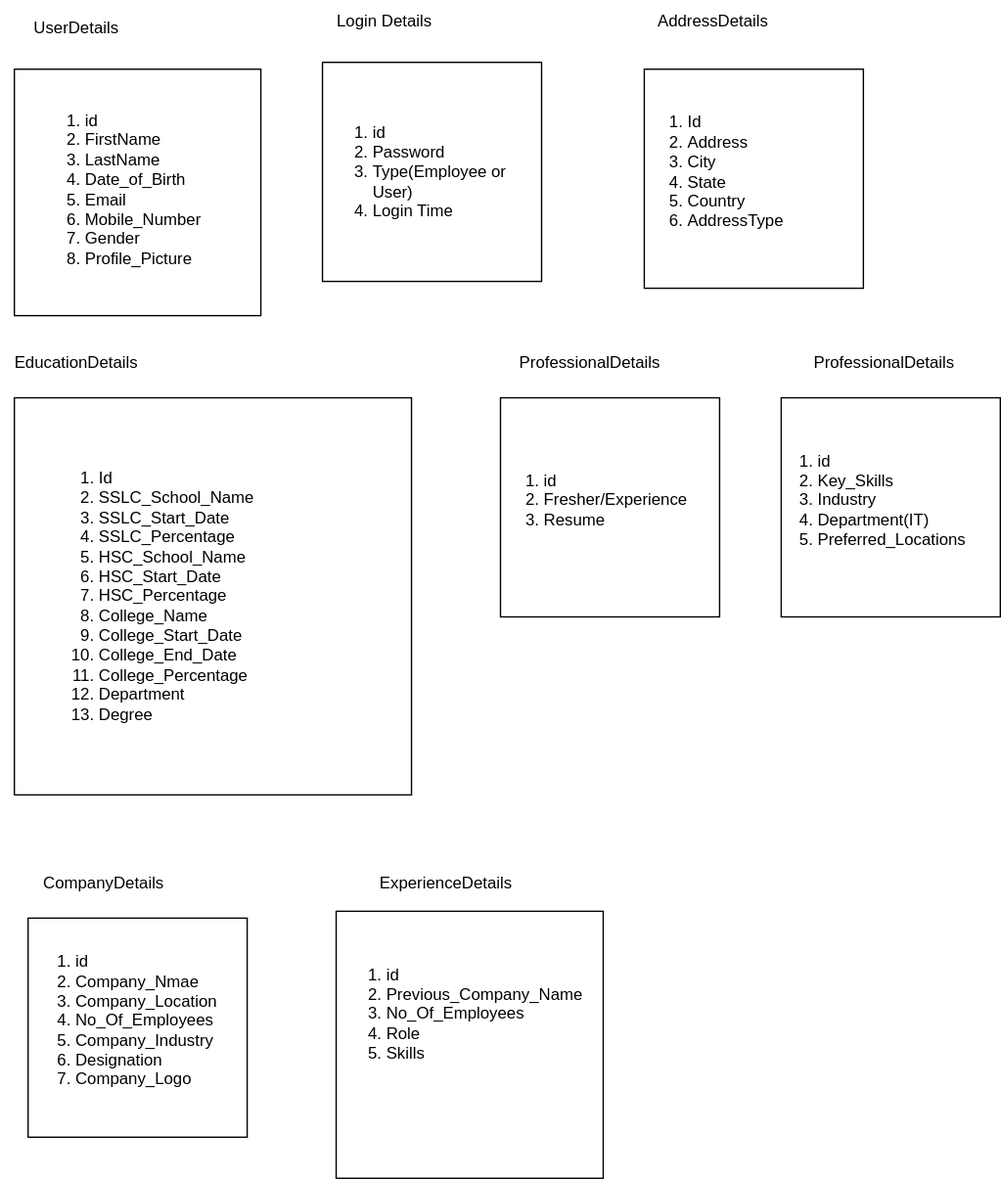
This is fieldmaping.drawio.svg from JobPortal006/backend, a draw.io export, as it was before one commit. Source tidied: cells renumbered, new cells last; positions are measured from the earlier drawing's top-left corner, leaving out a move shared by most shapes.
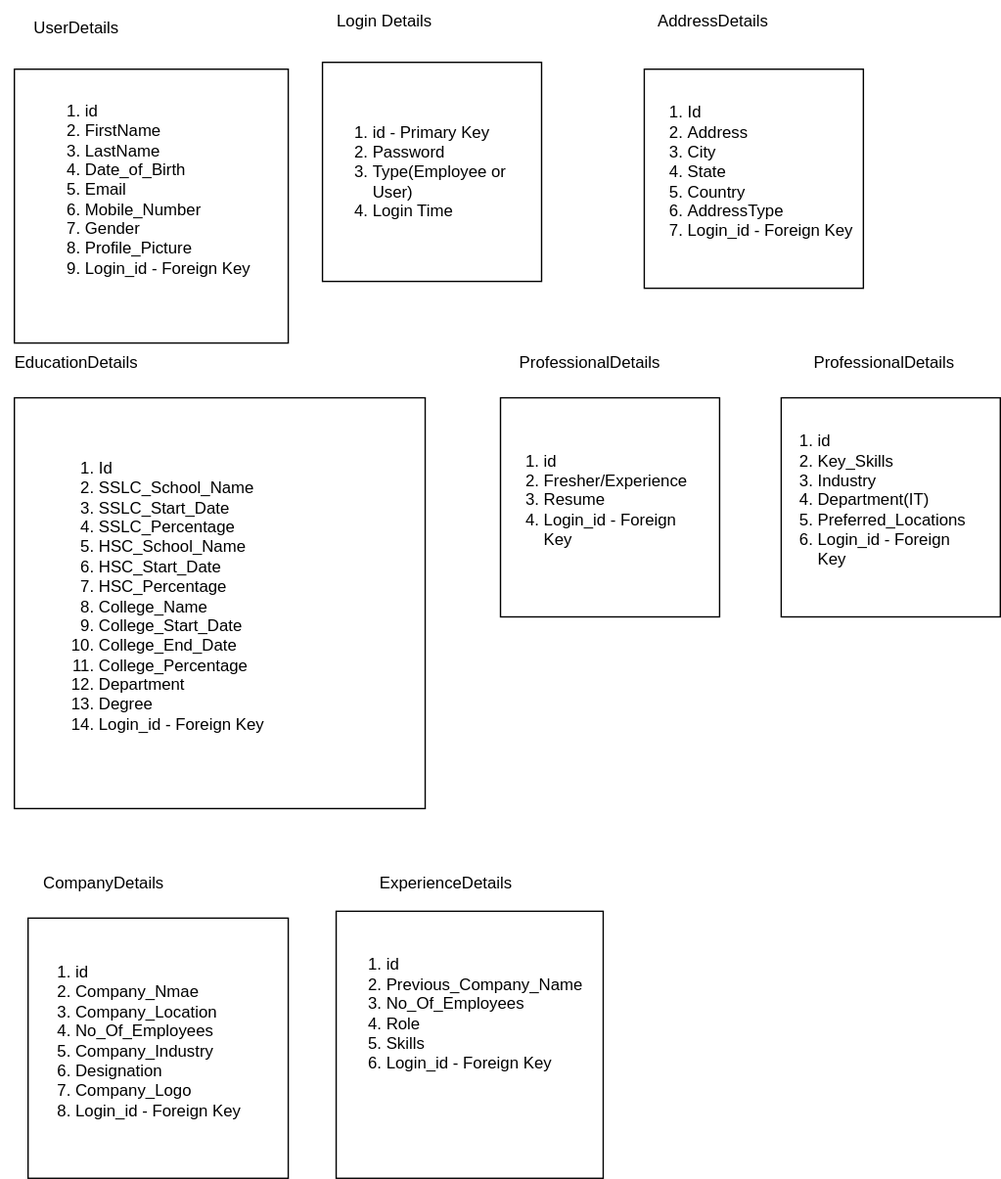
The same diagram one commit later.

Diff of the diagram source:
```diff
@@ -3,10 +3,10 @@
     <mxCell id="0" />
     <mxCell id="1" parent="0" />
     <mxCell id="2" style="whiteSpace=wrap;html=1;" parent="1" vertex="1">
-      <mxGeometry x="10" y="50" width="180" height="180" as="geometry" />
+      <mxGeometry x="10" y="50" width="200" height="200" as="geometry" />
     </mxCell>
-    <mxCell id="3" value="&lt;ol&gt;&lt;li&gt;id&lt;/li&gt;&lt;li&gt;FirstName&lt;/li&gt;&lt;li&gt;LastName&lt;/li&gt;&lt;li&gt;Date_of_Birth&lt;/li&gt;&lt;li&gt;Email&lt;/li&gt;&lt;li&gt;Mobile_Number&lt;/li&gt;&lt;li&gt;Gender&lt;/li&gt;&lt;li&gt;Profile_Picture&lt;/li&gt;&lt;/ol&gt;" style="text;strokeColor=none;fillColor=none;html=1;whiteSpace=wrap;verticalAlign=middle;overflow=hidden;" parent="1" vertex="1">
-      <mxGeometry x="20" y="40" width="140" height="195" as="geometry" />
+    <mxCell id="3" value="&lt;ol&gt;&lt;li&gt;id&lt;/li&gt;&lt;li&gt;FirstName&lt;/li&gt;&lt;li&gt;LastName&lt;/li&gt;&lt;li&gt;Date_of_Birth&lt;/li&gt;&lt;li&gt;Email&lt;/li&gt;&lt;li&gt;Mobile_Number&lt;/li&gt;&lt;li&gt;Gender&lt;/li&gt;&lt;li&gt;Profile_Picture&lt;/li&gt;&lt;li&gt;Login_id - Foreign Key&lt;/li&gt;&lt;/ol&gt;" style="text;strokeColor=none;fillColor=none;html=1;whiteSpace=wrap;verticalAlign=middle;overflow=hidden;" parent="1" vertex="1">
+      <mxGeometry x="20" y="40" width="170" height="195" as="geometry" />
     </mxCell>
     <mxCell id="4" value="UserDetails" style="text;html=1;align=center;verticalAlign=middle;strokeColor=none;fillColor=none;" parent="1" vertex="1">
       <mxGeometry x="10" y="5" width="90" height="30" as="geometry" />
@@ -14,14 +14,14 @@
     <mxCell id="5" style="whiteSpace=wrap;html=1;" parent="1" vertex="1">
       <mxGeometry x="235" y="45" width="160" height="160" as="geometry" />
     </mxCell>
-    <mxCell id="6" value="&lt;ol&gt;&lt;li&gt;id&lt;/li&gt;&lt;li&gt;Password&lt;/li&gt;&lt;li&gt;Type(Employee or User)&lt;/li&gt;&lt;li&gt;Login Time&lt;/li&gt;&lt;/ol&gt;" style="text;strokeColor=none;fillColor=none;html=1;whiteSpace=wrap;verticalAlign=middle;overflow=hidden;" parent="1" vertex="1">
+    <mxCell id="6" value="&lt;ol&gt;&lt;li&gt;id - Primary Key&lt;/li&gt;&lt;li&gt;Password&lt;/li&gt;&lt;li&gt;Type(Employee or User)&lt;/li&gt;&lt;li&gt;Login Time&lt;/li&gt;&lt;/ol&gt;" style="text;strokeColor=none;fillColor=none;html=1;whiteSpace=wrap;verticalAlign=middle;overflow=hidden;" parent="1" vertex="1">
       <mxGeometry x="230" y="40" width="140" height="170" as="geometry" />
     </mxCell>
     <mxCell id="7" style="whiteSpace=wrap;html=1;" parent="1" vertex="1">
       <mxGeometry x="470" y="50" width="160" height="160" as="geometry" />
     </mxCell>
-    <mxCell id="8" value="&lt;ol&gt;&lt;li&gt;Id&lt;/li&gt;&lt;li&gt;Address&lt;/li&gt;&lt;li&gt;City&lt;/li&gt;&lt;li&gt;State&lt;/li&gt;&lt;li&gt;Country&lt;/li&gt;&lt;li&gt;AddressType&lt;/li&gt;&lt;/ol&gt;" style="text;strokeColor=none;fillColor=none;html=1;whiteSpace=wrap;verticalAlign=middle;overflow=hidden;" parent="1" vertex="1">
-      <mxGeometry x="460" y="40" width="140" height="170" as="geometry" />
+    <mxCell id="8" value="&lt;ol&gt;&lt;li&gt;Id&lt;/li&gt;&lt;li&gt;Address&lt;/li&gt;&lt;li&gt;City&lt;/li&gt;&lt;li&gt;State&lt;/li&gt;&lt;li&gt;Country&lt;/li&gt;&lt;li&gt;AddressType&lt;/li&gt;&lt;li&gt;Login_id - Foreign Key&lt;/li&gt;&lt;/ol&gt;" style="text;strokeColor=none;fillColor=none;html=1;whiteSpace=wrap;verticalAlign=middle;overflow=hidden;" parent="1" vertex="1">
+      <mxGeometry x="460" y="40" width="170" height="170" as="geometry" />
     </mxCell>
     <mxCell id="9" value="Login Details" style="text;html=1;align=center;verticalAlign=middle;strokeColor=none;fillColor=none;" parent="1" vertex="1">
       <mxGeometry x="235" width="90" height="30" as="geometry" />
@@ -33,10 +33,10 @@
       <mxGeometry y="250" width="110" height="30" as="geometry" />
     </mxCell>
     <mxCell id="12" style="whiteSpace=wrap;html=1;" parent="1" vertex="1">
-      <mxGeometry x="10" y="290" width="290" height="290" as="geometry" />
+      <mxGeometry x="10" y="290" width="300" height="300" as="geometry" />
     </mxCell>
-    <mxCell id="13" value="&lt;ol&gt;&lt;li&gt;Id&lt;/li&gt;&lt;li&gt;SSLC_School_Name&lt;/li&gt;&lt;li&gt;SSLC_Start_Date&lt;/li&gt;&lt;li&gt;SSLC_Percentage&lt;/li&gt;&lt;li&gt;HSC_School_Name&lt;/li&gt;&lt;li&gt;HSC_Start_Date&lt;/li&gt;&lt;li&gt;HSC_Percentage&lt;/li&gt;&lt;li&gt;College_Name&lt;/li&gt;&lt;li&gt;College_Start_Date&lt;/li&gt;&lt;li&gt;College_End_Date&lt;/li&gt;&lt;li&gt;College_Percentage&lt;/li&gt;&lt;li&gt;Department&lt;/li&gt;&lt;li&gt;Degree&lt;/li&gt;&lt;/ol&gt;" style="text;strokeColor=none;fillColor=none;html=1;whiteSpace=wrap;verticalAlign=middle;overflow=hidden;" parent="1" vertex="1">
-      <mxGeometry x="30" y="287.5" width="200" height="295" as="geometry" />
+    <mxCell id="13" value="&lt;ol&gt;&lt;li&gt;Id&lt;/li&gt;&lt;li&gt;SSLC_School_Name&lt;/li&gt;&lt;li&gt;SSLC_Start_Date&lt;/li&gt;&lt;li&gt;SSLC_Percentage&lt;/li&gt;&lt;li&gt;HSC_School_Name&lt;/li&gt;&lt;li&gt;HSC_Start_Date&lt;/li&gt;&lt;li&gt;HSC_Percentage&lt;/li&gt;&lt;li&gt;College_Name&lt;/li&gt;&lt;li&gt;College_Start_Date&lt;/li&gt;&lt;li&gt;College_End_Date&lt;/li&gt;&lt;li&gt;College_Percentage&lt;/li&gt;&lt;li&gt;Department&lt;/li&gt;&lt;li&gt;Degree&lt;/li&gt;&lt;li&gt;Login_id - Foreign Key&lt;/li&gt;&lt;/ol&gt;" style="text;strokeColor=none;fillColor=none;html=1;whiteSpace=wrap;verticalAlign=middle;overflow=hidden;" parent="1" vertex="1">
+      <mxGeometry x="30" y="280" width="200" height="310" as="geometry" />
     </mxCell>
     <mxCell id="14" value="ProfessionalDetails" style="text;html=1;align=center;verticalAlign=middle;strokeColor=none;fillColor=none;" parent="1" vertex="1">
       <mxGeometry x="365" y="250" width="130" height="30" as="geometry" />
@@ -44,7 +44,7 @@
     <mxCell id="15" style="whiteSpace=wrap;html=1;" parent="1" vertex="1">
       <mxGeometry x="365" y="290" width="160" height="160" as="geometry" />
     </mxCell>
-    <mxCell id="16" value="&lt;ol&gt;&lt;li&gt;id&lt;/li&gt;&lt;li&gt;Fresher/Experience&lt;/li&gt;&lt;li&gt;Resume&lt;/li&gt;&lt;/ol&gt;" style="text;strokeColor=none;fillColor=none;html=1;whiteSpace=wrap;verticalAlign=middle;overflow=hidden;" parent="1" vertex="1">
+    <mxCell id="16" value="&lt;ol&gt;&lt;li&gt;id&lt;/li&gt;&lt;li&gt;Fresher/Experience&lt;/li&gt;&lt;li&gt;Resume&lt;/li&gt;&lt;li&gt;Login_id - Foreign Key&lt;/li&gt;&lt;/ol&gt;" style="text;strokeColor=none;fillColor=none;html=1;whiteSpace=wrap;verticalAlign=middle;overflow=hidden;" parent="1" vertex="1">
       <mxGeometry x="355" y="280" width="155" height="170" as="geometry" />
     </mxCell>
     <mxCell id="17" value="ProfessionalDetails" style="text;html=1;align=center;verticalAlign=middle;strokeColor=none;fillColor=none;" parent="1" vertex="1">
@@ -53,17 +53,17 @@
     <mxCell id="18" style="whiteSpace=wrap;html=1;" parent="1" vertex="1">
       <mxGeometry x="570" y="290" width="160" height="160" as="geometry" />
     </mxCell>
-    <mxCell id="19" value="&lt;ol&gt;&lt;li&gt;id&lt;/li&gt;&lt;li&gt;Key_Skills&lt;/li&gt;&lt;li&gt;Industry&lt;/li&gt;&lt;li&gt;Department(IT)&lt;/li&gt;&lt;li&gt;Preferred_Locations&lt;/li&gt;&lt;/ol&gt;" style="text;strokeColor=none;fillColor=none;html=1;whiteSpace=wrap;verticalAlign=middle;overflow=hidden;" parent="1" vertex="1">
+    <mxCell id="19" value="&lt;ol&gt;&lt;li&gt;id&lt;/li&gt;&lt;li&gt;Key_Skills&lt;/li&gt;&lt;li&gt;Industry&lt;/li&gt;&lt;li&gt;Department(IT)&lt;/li&gt;&lt;li&gt;Preferred_Locations&lt;/li&gt;&lt;li&gt;Login_id - Foreign Key&lt;/li&gt;&lt;/ol&gt;" style="text;strokeColor=none;fillColor=none;html=1;whiteSpace=wrap;verticalAlign=middle;overflow=hidden;" parent="1" vertex="1">
       <mxGeometry x="555" y="280" width="155" height="170" as="geometry" />
     </mxCell>
     <mxCell id="20" value="CompanyDetails" style="text;html=1;align=center;verticalAlign=middle;strokeColor=none;fillColor=none;" parent="1" vertex="1">
       <mxGeometry x="20" y="630" width="110" height="30" as="geometry" />
     </mxCell>
     <mxCell id="21" style="whiteSpace=wrap;html=1;" parent="1" vertex="1">
-      <mxGeometry x="20" y="670" width="160" height="160" as="geometry" />
+      <mxGeometry x="20" y="670" width="190" height="190" as="geometry" />
     </mxCell>
-    <mxCell id="22" value="&lt;ol&gt;&lt;li&gt;id&lt;/li&gt;&lt;li&gt;Company_Nmae&lt;/li&gt;&lt;li&gt;Company_Location&lt;/li&gt;&lt;li&gt;No_Of_Employees&lt;/li&gt;&lt;li&gt;Company_Industry&lt;/li&gt;&lt;li&gt;Designation&lt;/li&gt;&lt;li&gt;Company_Logo&lt;/li&gt;&lt;/ol&gt;" style="text;strokeColor=none;fillColor=none;html=1;whiteSpace=wrap;verticalAlign=middle;overflow=hidden;" parent="1" vertex="1">
-      <mxGeometry x="12.5" y="660" width="155" height="170" as="geometry" />
+    <mxCell id="22" value="&lt;ol&gt;&lt;li&gt;id&lt;/li&gt;&lt;li&gt;Company_Nmae&lt;/li&gt;&lt;li&gt;Company_Location&lt;/li&gt;&lt;li&gt;No_Of_Employees&lt;/li&gt;&lt;li&gt;Company_Industry&lt;/li&gt;&lt;li&gt;Designation&lt;/li&gt;&lt;li&gt;Company_Logo&lt;/li&gt;&lt;li&gt;Login_id - Foreign Key&lt;/li&gt;&lt;/ol&gt;" style="text;strokeColor=none;fillColor=none;html=1;whiteSpace=wrap;verticalAlign=middle;overflow=hidden;" parent="1" vertex="1">
+      <mxGeometry x="12.5" y="660" width="177.5" height="200" as="geometry" />
     </mxCell>
     <mxCell id="23" value="ExperienceDetails" style="text;html=1;align=center;verticalAlign=middle;strokeColor=none;fillColor=none;" parent="1" vertex="1">
       <mxGeometry x="265" y="630" width="120" height="30" as="geometry" />
@@ -71,7 +71,7 @@
     <mxCell id="24" style="whiteSpace=wrap;html=1;" parent="1" vertex="1">
       <mxGeometry x="245" y="665" width="195" height="195" as="geometry" />
     </mxCell>
-    <mxCell id="25" value="&lt;ol&gt;&lt;li&gt;id&lt;/li&gt;&lt;li&gt;Previous_Company_Name&lt;/li&gt;&lt;li&gt;No_Of_Employees&lt;/li&gt;&lt;li&gt;Role&lt;/li&gt;&lt;li&gt;Skills&lt;/li&gt;&lt;/ol&gt;" style="text;strokeColor=none;fillColor=none;html=1;whiteSpace=wrap;verticalAlign=middle;overflow=hidden;" parent="1" vertex="1">
+    <mxCell id="25" value="&lt;ol&gt;&lt;li&gt;id&lt;/li&gt;&lt;li&gt;Previous_Company_Name&lt;/li&gt;&lt;li&gt;No_Of_Employees&lt;/li&gt;&lt;li&gt;Role&lt;/li&gt;&lt;li&gt;Skills&lt;/li&gt;&lt;li&gt;Login_id - Foreign Key&lt;/li&gt;&lt;/ol&gt;" style="text;strokeColor=none;fillColor=none;html=1;whiteSpace=wrap;verticalAlign=middle;overflow=hidden;" parent="1" vertex="1">
       <mxGeometry x="240" y="655" width="190" height="170" as="geometry" />
     </mxCell>
   </root>
```
